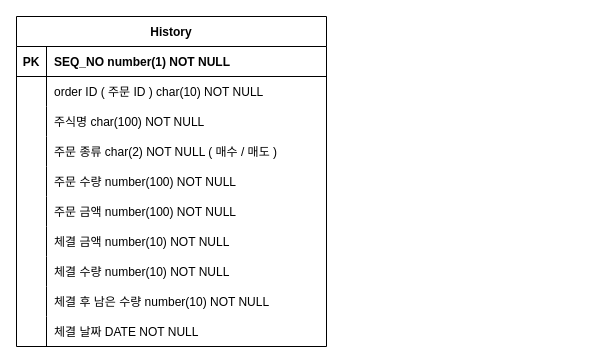
The draw.io diagram DB Schema.drawio in lee-jun-97/Auto-Investment-VirtualMoney, before the edit. Source tidied: cells renumbered, new cells numbered last; positions are measured from the earlier drawing's top-left corner, leaving out a move shared by most shapes. Both pictures are drawn from the tidied source at 100%, with x=0, y=0 at pixel (16, 16).
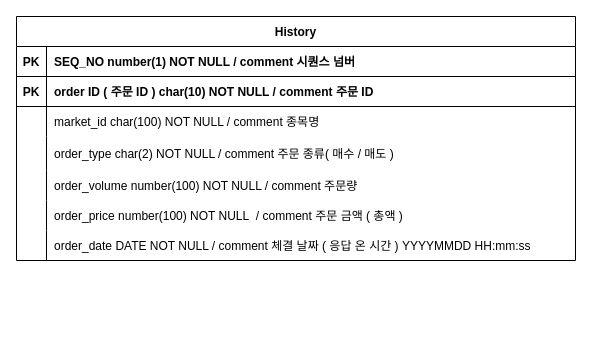
The same diagram, later.

What changed in the source:
```diff
@@
     <mxCell id="2" value="History" style="shape=table;startSize=30;childLayout=tableLayout;rowLines=0;fontStyle=1;align=center;" parent="1" vertex="1">
-      <mxGeometry width="310" height="330" as="geometry" />
+      <mxGeometry width="559" height="244" as="geometry" />
     </mxCell>
     <mxCell id="3" style="shape=partialRectangle;fillColor=none;top=0;left=0;right=0;bottom=1;" parent="2" vertex="1">
-      <mxGeometry y="30" width="310" height="30" as="geometry" />
+      <mxGeometry y="30" width="559" height="30" as="geometry" />
     </mxCell>
@@
-    <mxCell id="5" value="SEQ_NO number(1) NOT NULL" style="shape=partialRectangle;overflow=hidden;fillColor=none;top=0;left=0;bottom=0;right=0;align=left;spacingLeft=6;fontStyle=1;" parent="3" vertex="1">
-      <mxGeometry x="30" width="280" height="30" as="geometry" />
+    <mxCell id="5" value="SEQ_NO number(1) NOT NULL / comment 시퀀스 넘버" style="shape=partialRectangle;overflow=hidden;fillColor=none;top=0;left=0;bottom=0;right=0;align=left;spacingLeft=6;fontStyle=1;" parent="3" vertex="1">
+      <mxGeometry x="30" width="529" height="30" as="geometry" />
     </mxCell>
-    <mxCell id="6" style="shape=tableRow;horizontal=0;startSize=0;swimlaneHead=0;swimlaneBody=0;fillColor=none;top=0;left=0;right=0;bottom=0;" parent="2" vertex="1">
-      <mxGeometry y="60" width="310" height="30" as="geometry" />
-    </mxCell>
-    <mxCell id="7" style="shape=partialRectangle;fillColor=none;top=0;left=0;bottom=0;right=0;overflow=hidden;" parent="6" vertex="1">
-      <mxGeometry width="30" height="30" as="geometry" />
-    </mxCell>
-    <mxCell id="8" value="order ID ( 주문 ID ) char(10) NOT NULL" style="shape=partialRectangle;fillColor=none;top=0;left=0;bottom=0;right=0;align=left;spacingLeft=6;overflow=hidden;" parent="6" vertex="1">
-      <mxGeometry x="30" width="280" height="30" as="geometry" />
-    </mxCell>
+    <mxCell id="33" style="shape=tableRow;horizontal=0;startSize=0;swimlaneHead=0;swimlaneBody=0;fillColor=none;top=0;left=0;right=0;bottom=1;" parent="2" vertex="1">
+      <mxGeometry y="60" width="559" height="30" as="geometry" />
+    </mxCell>
+    <mxCell id="34" value="PK" style="shape=partialRectangle;fillColor=none;top=0;left=0;bottom=0;right=0;fontStyle=1;overflow=hidden;" parent="33" vertex="1">
+      <mxGeometry width="30" height="30" as="geometry" />
+    </mxCell>
+    <mxCell id="35" value="order ID ( 주문 ID ) char(10) NOT NULL / comment 주문 ID" style="shape=partialRectangle;fillColor=none;top=0;left=0;bottom=0;right=0;align=left;spacingLeft=6;fontStyle=1;overflow=hidden;" parent="33" vertex="1">
+      <mxGeometry x="30" width="529" height="30" as="geometry" />
+    </mxCell>
     <mxCell id="9" style="shape=partialRectangle;fillColor=none;top=0;left=0;right=0;bottom=0;" parent="2" vertex="1">
-      <mxGeometry y="90" width="310" height="30" as="geometry" />
+      <mxGeometry y="90" width="559" height="30" as="geometry" />
     </mxCell>
@@
-    <mxCell id="11" value="주식명 char(100) NOT NULL" style="shape=partialRectangle;overflow=hidden;fillColor=none;top=0;left=0;bottom=0;right=0;align=left;spacingLeft=6;" parent="9" vertex="1">
-      <mxGeometry x="30" width="280" height="30" as="geometry" />
+    <mxCell id="11" value="market_id char(100) NOT NULL / comment 종목명" style="shape=partialRectangle;overflow=hidden;fillColor=none;top=0;left=0;bottom=0;right=0;align=left;spacingLeft=6;" parent="9" vertex="1">
+      <mxGeometry x="30" width="529" height="30" as="geometry" />
     </mxCell>
     <mxCell id="12" style="shape=tableRow;horizontal=0;startSize=0;swimlaneHead=0;swimlaneBody=0;fillColor=none;top=0;left=0;right=0;bottom=0;" parent="2" vertex="1">
-      <mxGeometry y="120" width="310" height="30" as="geometry" />
+      <mxGeometry y="120" width="559" height="34" as="geometry" />
     </mxCell>
     <mxCell id="13" style="shape=partialRectangle;fillColor=none;top=0;left=0;bottom=0;right=0;overflow=hidden;" parent="12" vertex="1">
-      <mxGeometry width="30" height="30" as="geometry" />
+      <mxGeometry width="30" height="34" as="geometry" />
     </mxCell>
-    <mxCell id="14" value="주문 종류 char(2) NOT NULL ( 매수 / 매도 )" style="shape=partialRectangle;fillColor=none;top=0;left=0;bottom=0;right=0;align=left;spacingLeft=6;overflow=hidden;" parent="12" vertex="1">
-      <mxGeometry x="30" width="280" height="30" as="geometry" />
+    <mxCell id="14" value="order_type char(2) NOT NULL / comment 주문 종류( 매수 / 매도 )" style="shape=partialRectangle;fillColor=none;top=0;left=0;bottom=0;right=0;align=left;spacingLeft=6;overflow=hidden;" parent="12" vertex="1">
+      <mxGeometry x="30" width="529" height="34" as="geometry" />
     </mxCell>
     <mxCell id="15" style="shape=partialRectangle;fillColor=none;top=0;left=0;right=0;bottom=0;" parent="2" vertex="1">
-      <mxGeometry y="150" width="310" height="30" as="geometry" />
+      <mxGeometry y="154" width="559" height="30" as="geometry" />
     </mxCell>
@@
-    <mxCell id="17" value="주문 수량 number(100) NOT NULL" style="shape=partialRectangle;overflow=hidden;fillColor=none;top=0;left=0;bottom=0;right=0;align=left;spacingLeft=6;" parent="15" vertex="1">
-      <mxGeometry x="30" width="280" height="30" as="geometry" />
+    <mxCell id="17" value="order_volume number(100) NOT NULL / comment 주문량" style="shape=partialRectangle;overflow=hidden;fillColor=none;top=0;left=0;bottom=0;right=0;align=left;spacingLeft=6;" parent="15" vertex="1">
+      <mxGeometry x="30" width="529" height="30" as="geometry" />
     </mxCell>
     <mxCell id="18" style="shape=tableRow;horizontal=0;startSize=0;swimlaneHead=0;swimlaneBody=0;fillColor=none;top=0;left=0;right=0;bottom=0;" parent="2" vertex="1">
-      <mxGeometry y="180" width="310" height="30" as="geometry" />
+      <mxGeometry y="184" width="559" height="30" as="geometry" />
     </mxCell>
@@
-    <mxCell id="20" value="주문 금액 number(100) NOT NULL" style="shape=partialRectangle;fillColor=none;top=0;left=0;bottom=0;right=0;align=left;spacingLeft=6;fontStyle=0;overflow=hidden;" parent="18" vertex="1">
-      <mxGeometry x="30" width="280" height="30" as="geometry" />
+    <mxCell id="20" value="order_price number(100) NOT NULL  / comment 주문 금액 ( 총액 )" style="shape=partialRectangle;fillColor=none;top=0;left=0;bottom=0;right=0;align=left;spacingLeft=6;fontStyle=0;overflow=hidden;" parent="18" vertex="1">
+      <mxGeometry x="30" width="529" height="30" as="geometry" />
     </mxCell>
-    <mxCell id="21" style="shape=tableRow;horizontal=0;startSize=0;swimlaneHead=0;swimlaneBody=0;fillColor=none;top=0;left=0;right=0;bottom=0;" parent="2" vertex="1">
-      <mxGeometry y="210" width="310" height="30" as="geometry" />
-    </mxCell>
-    <mxCell id="22" style="shape=partialRectangle;fillColor=none;top=0;left=0;bottom=0;right=0;overflow=hidden;" parent="21" vertex="1">
-      <mxGeometry width="30" height="30" as="geometry" />
-    </mxCell>
-    <mxCell id="23" value="체결 금액 number(10) NOT NULL" style="shape=partialRectangle;fillColor=none;top=0;left=0;bottom=0;right=0;align=left;spacingLeft=6;overflow=hidden;" parent="21" vertex="1">
-      <mxGeometry x="30" width="280" height="30" as="geometry" />
-    </mxCell>
-    <mxCell id="24" style="shape=tableRow;horizontal=0;startSize=0;swimlaneHead=0;swimlaneBody=0;fillColor=none;top=0;left=0;right=0;bottom=0;" parent="2" vertex="1">
-      <mxGeometry y="240" width="310" height="30" as="geometry" />
-    </mxCell>
-    <mxCell id="25" style="shape=partialRectangle;fillColor=none;top=0;left=0;bottom=0;right=0;overflow=hidden;" parent="24" vertex="1">
-      <mxGeometry width="30" height="30" as="geometry" />
-    </mxCell>
-    <mxCell id="26" value="체결 수량 number(10) NOT NULL" style="shape=partialRectangle;fillColor=none;top=0;left=0;bottom=0;right=0;align=left;spacingLeft=6;overflow=hidden;" parent="24" vertex="1">
-      <mxGeometry x="30" width="280" height="30" as="geometry" />
-    </mxCell>
-    <mxCell id="27" style="shape=tableRow;horizontal=0;startSize=0;swimlaneHead=0;swimlaneBody=0;fillColor=none;top=0;left=0;right=0;bottom=0;" parent="2" vertex="1">
-      <mxGeometry y="270" width="310" height="30" as="geometry" />
-    </mxCell>
-    <mxCell id="28" style="shape=partialRectangle;fillColor=none;top=0;left=0;bottom=0;right=0;overflow=hidden;" parent="27" vertex="1">
-      <mxGeometry width="30" height="30" as="geometry" />
-    </mxCell>
-    <mxCell id="29" value="체결 후 남은 수량 number(10) NOT NULL" style="shape=partialRectangle;fillColor=none;top=0;left=0;bottom=0;right=0;align=left;spacingLeft=6;overflow=hidden;" parent="27" vertex="1">
-      <mxGeometry x="30" width="280" height="30" as="geometry" />
-    </mxCell>
     <mxCell id="30" style="shape=tableRow;horizontal=0;startSize=0;swimlaneHead=0;swimlaneBody=0;fillColor=none;top=0;left=0;right=0;bottom=0;" parent="2" vertex="1">
-      <mxGeometry y="300" width="310" height="30" as="geometry" />
+      <mxGeometry y="214" width="559" height="30" as="geometry" />
     </mxCell>
@@
-    <mxCell id="32" value="체결 날짜 DATE NOT NULL" style="shape=partialRectangle;fillColor=none;top=0;left=0;bottom=0;right=0;align=left;spacingLeft=6;overflow=hidden;" parent="30" vertex="1">
-      <mxGeometry x="30" width="280" height="30" as="geometry" />
+    <mxCell id="32" value="order_date DATE NOT NULL / comment 체결 날짜 ( 응답 온 시간 ) YYYYMMDD HH:mm:ss" style="shape=partialRectangle;fillColor=none;top=0;left=0;bottom=0;right=0;align=left;spacingLeft=6;overflow=hidden;" parent="30" vertex="1">
+      <mxGeometry x="30" width="529" height="30" as="geometry" />
     </mxCell>
```
